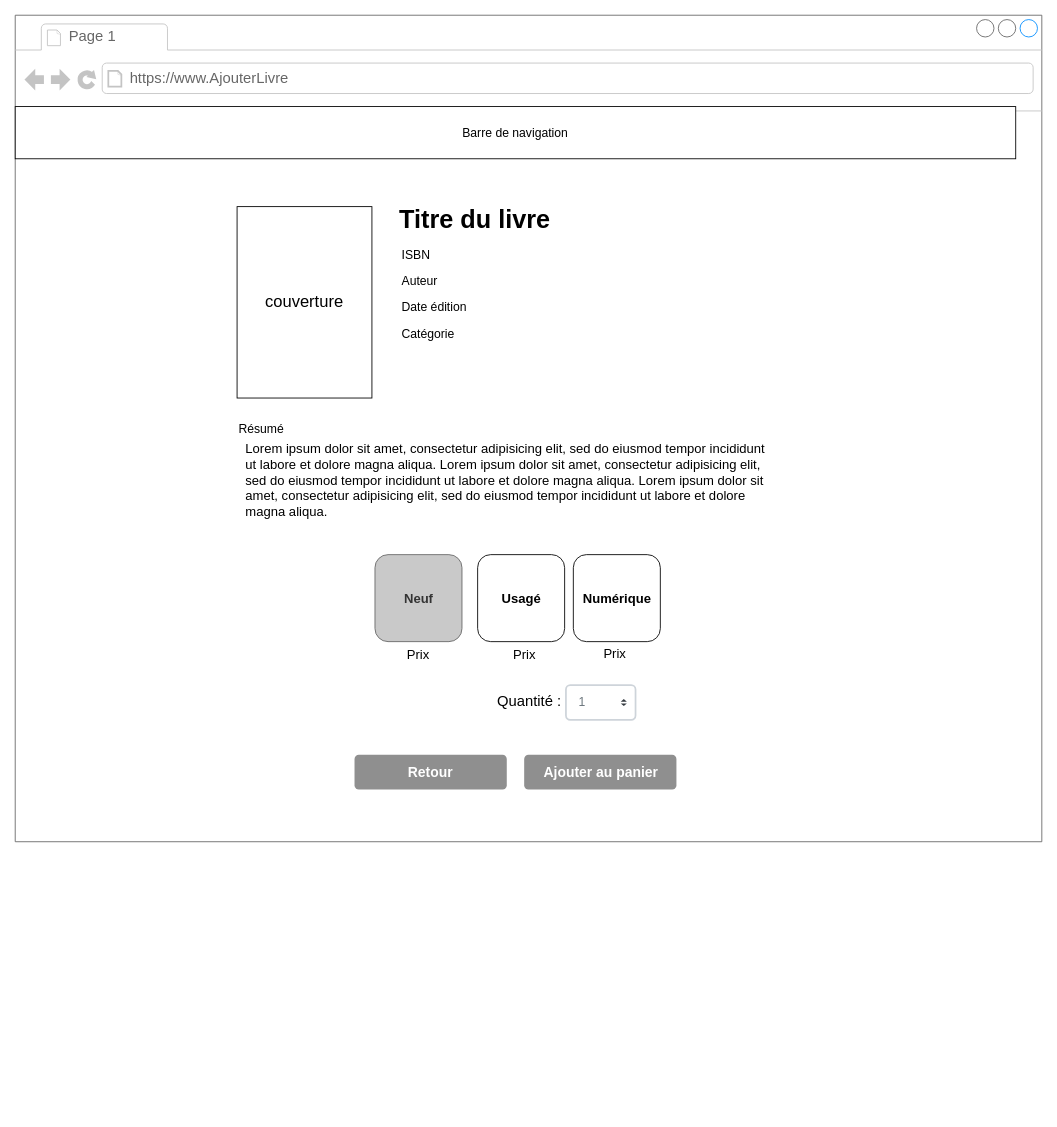
This is org/diagrammes/wireframes/afficher-livre/desktop.drawio from Feelschevreuil/vlisside-Survivor, a draw.io file, before an edit. Source tidied: cells renumbered, new cells numbered last; positions are measured from the earlier drawing's top-left corner, leaving out a move shared by most shapes. Both pictures are drawn from the tidied source at 87%, with x=0, y=0 at pixel (15, 15).
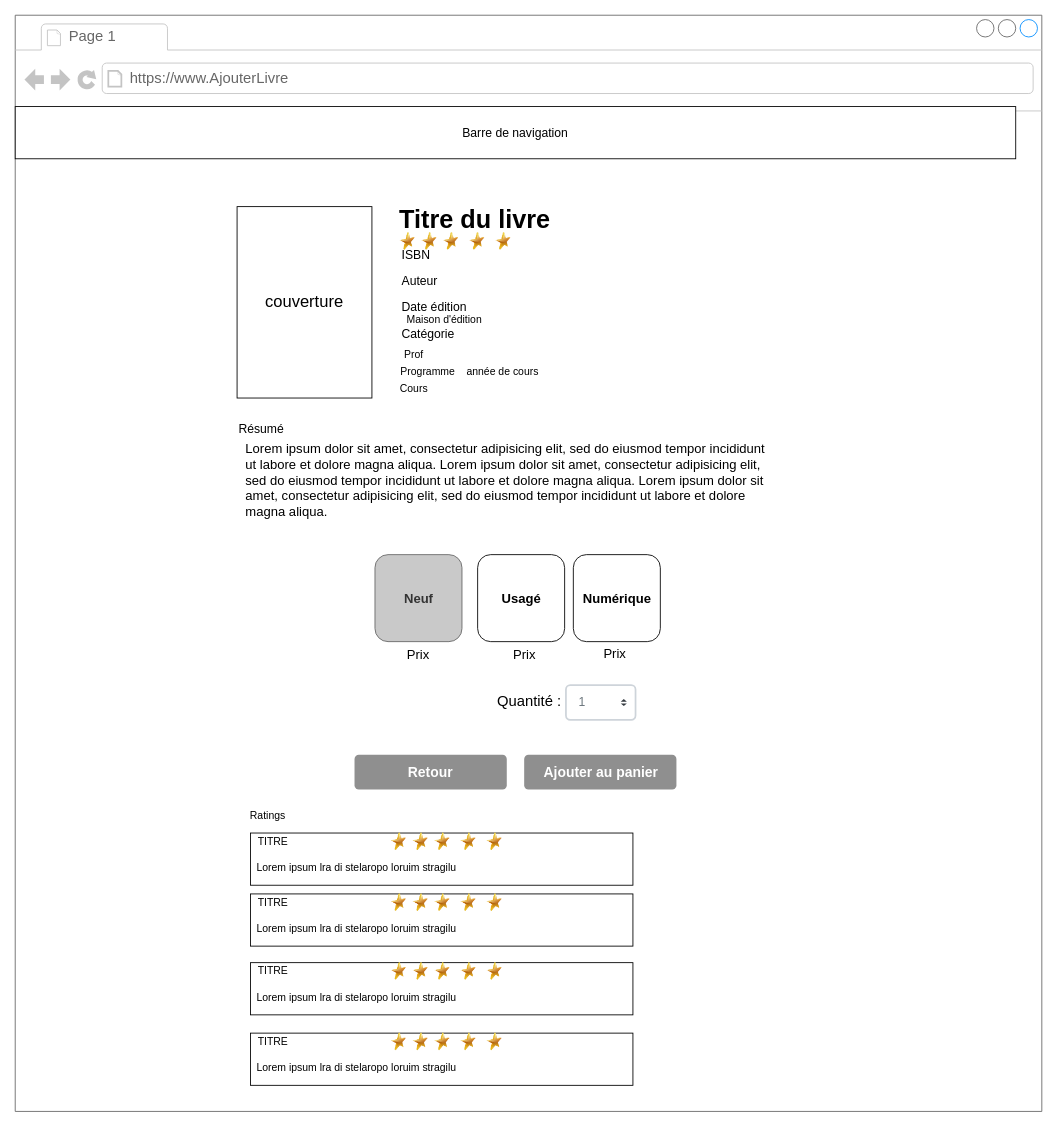
After the change.

What changed in the source:
```diff
@@
     <mxCell id="2" style="strokeWidth=1;shadow=0;dashed=0;align=center;html=1;shape=mxgraph.mockup.containers.browserWindow;rSize=0;strokeColor=#666666;strokeColor2=#008cff;strokeColor3=#c4c4c4;mainText=,;" parent="1" vertex="1">
-      <mxGeometry width="1180" height="950" as="geometry" />
+      <mxGeometry width="1180" height="1260" as="geometry" />
     </mxCell>
@@
-    <mxCell id="24" value="Prix" style="text;html=1;align=center;verticalAlign=middle;strokeColor=none;fillColor=none;fontSize=15;" parent="2" vertex="1">
+    <mxCell id="24" value="Prix" style="text;html=1;align=center;verticalAlign=middle;fontSize=15;" parent="2" vertex="1">
       <mxGeometry x="560" y="720" width="50" height="30" as="geometry" />
     </mxCell>
@@
+    <mxCell id="26" value="Prof" style="text;html=1;align=center;verticalAlign=middle;strokeColor=none;fillColor=none;" parent="2" vertex="1">
+      <mxGeometry x="437.5" y="380" width="40" height="20" as="geometry" />
+    </mxCell>
+    <mxCell id="27" value="Programme" style="text;html=1;align=center;verticalAlign=middle;strokeColor=none;fillColor=none;" parent="2" vertex="1">
+      <mxGeometry x="433.5" y="400" width="80" height="20" as="geometry" />
+    </mxCell>
+    <mxCell id="28" value="Cours" style="text;html=1;align=center;verticalAlign=middle;strokeColor=none;fillColor=none;" parent="2" vertex="1">
+      <mxGeometry x="432.5" y="420" width="50" height="20" as="geometry" />
+    </mxCell>
+    <mxCell id="29" value="année de cours" style="text;html=1;align=center;verticalAlign=middle;strokeColor=none;fillColor=none;" parent="2" vertex="1">
+      <mxGeometry x="510" y="400" width="100" height="20" as="geometry" />
+    </mxCell>
+    <mxCell id="30" value="Ratings" style="text;html=1;align=center;verticalAlign=middle;strokeColor=none;fillColor=none;" parent="2" vertex="1">
+      <mxGeometry x="260" y="910" width="60" height="20" as="geometry" />
+    </mxCell>
+    <mxCell id="31" style="rounded=0;whiteSpace=wrap;html=1;" parent="2" vertex="1">
+      <mxGeometry x="270.5" y="940" width="439.5" height="60" as="geometry" />
+    </mxCell>
+    <mxCell id="32" style="image;html=1;image=img/lib/clip_art/general/Star_128x128.png;" parent="2" vertex="1">
+      <mxGeometry x="531" y="940" width="40" height="20" as="geometry" />
+    </mxCell>
+    <mxCell id="33" style="image;html=1;image=img/lib/clip_art/general/Star_128x128.png;" parent="2" vertex="1">
+      <mxGeometry x="501" y="940" width="40" height="20" as="geometry" />
+    </mxCell>
+    <mxCell id="34" style="image;html=1;image=img/lib/clip_art/general/Star_128x128.png;" parent="2" vertex="1">
+      <mxGeometry x="461" y="940" width="60" height="20" as="geometry" />
+    </mxCell>
+    <mxCell id="35" style="image;html=1;image=img/lib/clip_art/general/Star_128x128.png;" parent="2" vertex="1">
+      <mxGeometry x="441" y="940" width="50" height="20" as="geometry" />
+    </mxCell>
+    <mxCell id="36" style="image;html=1;image=img/lib/clip_art/general/Star_128x128.png;" parent="2" vertex="1">
+      <mxGeometry x="431" y="940" width="20" height="20" as="geometry" />
+    </mxCell>
+    <mxCell id="37" value="TITRE" style="text;html=1;align=center;verticalAlign=middle;strokeColor=none;fillColor=none;" parent="2" vertex="1">
+      <mxGeometry x="270.5" y="940" width="50" height="20" as="geometry" />
+    </mxCell>
+    <mxCell id="38" value="Lorem ipsum lra di stelaropo loruim stragilu" style="text;html=1;align=center;verticalAlign=middle;strokeColor=none;fillColor=none;" parent="2" vertex="1">
+      <mxGeometry x="271.5" y="970" width="240" height="20" as="geometry" />
+    </mxCell>
+    <mxCell id="39" style="rounded=0;whiteSpace=wrap;html=1;" parent="2" vertex="1">
+      <mxGeometry x="270.5" y="1010" width="439.5" height="60" as="geometry" />
+    </mxCell>
+    <mxCell id="40" style="image;html=1;image=img/lib/clip_art/general/Star_128x128.png;" parent="2" vertex="1">
+      <mxGeometry x="531" y="1010" width="40" height="20" as="geometry" />
+    </mxCell>
+    <mxCell id="41" style="image;html=1;image=img/lib/clip_art/general/Star_128x128.png;" parent="2" vertex="1">
+      <mxGeometry x="501" y="1010" width="40" height="20" as="geometry" />
+    </mxCell>
+    <mxCell id="42" style="image;html=1;image=img/lib/clip_art/general/Star_128x128.png;" parent="2" vertex="1">
+      <mxGeometry x="461" y="1010" width="60" height="20" as="geometry" />
+    </mxCell>
+    <mxCell id="43" style="image;html=1;image=img/lib/clip_art/general/Star_128x128.png;" parent="2" vertex="1">
+      <mxGeometry x="441" y="1010" width="50" height="20" as="geometry" />
+    </mxCell>
+    <mxCell id="44" style="image;html=1;image=img/lib/clip_art/general/Star_128x128.png;" parent="2" vertex="1">
+      <mxGeometry x="431" y="1010" width="20" height="20" as="geometry" />
+    </mxCell>
+    <mxCell id="45" value="TITRE" style="text;html=1;align=center;verticalAlign=middle;strokeColor=none;fillColor=none;" parent="2" vertex="1">
+      <mxGeometry x="270.5" y="1010" width="50" height="20" as="geometry" />
+    </mxCell>
+    <mxCell id="46" value="Lorem ipsum lra di stelaropo loruim stragilu" style="text;html=1;align=center;verticalAlign=middle;strokeColor=none;fillColor=none;" parent="2" vertex="1">
+      <mxGeometry x="271.5" y="1040" width="240" height="20" as="geometry" />
+    </mxCell>
+    <mxCell id="47" style="rounded=0;whiteSpace=wrap;html=1;" parent="2" vertex="1">
+      <mxGeometry x="270.5" y="1089" width="439.5" height="60" as="geometry" />
+    </mxCell>
+    <mxCell id="48" style="image;html=1;image=img/lib/clip_art/general/Star_128x128.png;" parent="2" vertex="1">
+      <mxGeometry x="531" y="1089" width="40" height="20" as="geometry" />
+    </mxCell>
+    <mxCell id="49" style="image;html=1;image=img/lib/clip_art/general/Star_128x128.png;" parent="2" vertex="1">
+      <mxGeometry x="501" y="1089" width="40" height="20" as="geometry" />
+    </mxCell>
+    <mxCell id="50" style="image;html=1;image=img/lib/clip_art/general/Star_128x128.png;" parent="2" vertex="1">
+      <mxGeometry x="461" y="1089" width="60" height="20" as="geometry" />
+    </mxCell>
+    <mxCell id="51" style="image;html=1;image=img/lib/clip_art/general/Star_128x128.png;" parent="2" vertex="1">
+      <mxGeometry x="441" y="1089" width="50" height="20" as="geometry" />
+    </mxCell>
+    <mxCell id="52" style="image;html=1;image=img/lib/clip_art/general/Star_128x128.png;" parent="2" vertex="1">
+      <mxGeometry x="431" y="1089" width="20" height="20" as="geometry" />
+    </mxCell>
+    <mxCell id="53" value="TITRE" style="text;html=1;align=center;verticalAlign=middle;strokeColor=none;fillColor=none;" parent="2" vertex="1">
+      <mxGeometry x="270.5" y="1089" width="50" height="20" as="geometry" />
+    </mxCell>
+    <mxCell id="54" value="Lorem ipsum lra di stelaropo loruim stragilu" style="text;html=1;align=center;verticalAlign=middle;strokeColor=none;fillColor=none;" parent="2" vertex="1">
+      <mxGeometry x="271.5" y="1119" width="240" height="20" as="geometry" />
+    </mxCell>
+    <mxCell id="55" style="rounded=0;whiteSpace=wrap;html=1;" parent="2" vertex="1">
+      <mxGeometry x="270.5" y="1170" width="439.5" height="60" as="geometry" />
+    </mxCell>
+    <mxCell id="56" style="image;html=1;image=img/lib/clip_art/general/Star_128x128.png;" parent="2" vertex="1">
+      <mxGeometry x="531" y="1170" width="40" height="20" as="geometry" />
+    </mxCell>
+    <mxCell id="57" style="image;html=1;image=img/lib/clip_art/general/Star_128x128.png;" parent="2" vertex="1">
+      <mxGeometry x="501" y="1170" width="40" height="20" as="geometry" />
+    </mxCell>
+    <mxCell id="58" style="image;html=1;image=img/lib/clip_art/general/Star_128x128.png;" parent="2" vertex="1">
+      <mxGeometry x="461" y="1170" width="60" height="20" as="geometry" />
+    </mxCell>
+    <mxCell id="59" style="image;html=1;image=img/lib/clip_art/general/Star_128x128.png;" parent="2" vertex="1">
+      <mxGeometry x="441" y="1170" width="50" height="20" as="geometry" />
+    </mxCell>
+    <mxCell id="60" style="image;html=1;image=img/lib/clip_art/general/Star_128x128.png;" parent="2" vertex="1">
+      <mxGeometry x="431" y="1170" width="20" height="20" as="geometry" />
+    </mxCell>
+    <mxCell id="61" value="TITRE" style="text;html=1;align=center;verticalAlign=middle;strokeColor=none;fillColor=none;" parent="2" vertex="1">
+      <mxGeometry x="270.5" y="1170" width="50" height="20" as="geometry" />
+    </mxCell>
+    <mxCell id="62" value="Lorem ipsum lra di stelaropo loruim stragilu" style="text;html=1;align=center;verticalAlign=middle;strokeColor=none;fillColor=none;" parent="2" vertex="1">
+      <mxGeometry x="271.5" y="1200" width="240" height="20" as="geometry" />
+    </mxCell>
+    <mxCell id="63" style="image;html=1;image=img/lib/clip_art/general/Star_128x128.png;" parent="2" vertex="1">
+      <mxGeometry x="541" y="250" width="40" height="20" as="geometry" />
+    </mxCell>
+    <mxCell id="64" style="image;html=1;image=img/lib/clip_art/general/Star_128x128.png;" parent="2" vertex="1">
+      <mxGeometry x="511" y="250" width="40" height="20" as="geometry" />
+    </mxCell>
+    <mxCell id="65" style="image;html=1;image=img/lib/clip_art/general/Star_128x128.png;" parent="2" vertex="1">
+      <mxGeometry x="471" y="250" width="60" height="20" as="geometry" />
+    </mxCell>
+    <mxCell id="66" style="image;html=1;image=img/lib/clip_art/general/Star_128x128.png;" parent="2" vertex="1">
+      <mxGeometry x="451" y="250" width="50" height="20" as="geometry" />
+    </mxCell>
+    <mxCell id="67" style="image;html=1;image=img/lib/clip_art/general/Star_128x128.png;" parent="2" vertex="1">
+      <mxGeometry x="441" y="250" width="20" height="20" as="geometry" />
+    </mxCell>
+    <mxCell id="68" value="Maison d'édition" style="text;html=1;align=center;verticalAlign=middle;strokeColor=none;fillColor=none;" parent="2" vertex="1">
+      <mxGeometry x="443" y="340" width="100" height="20" as="geometry" />
+    </mxCell>
```
